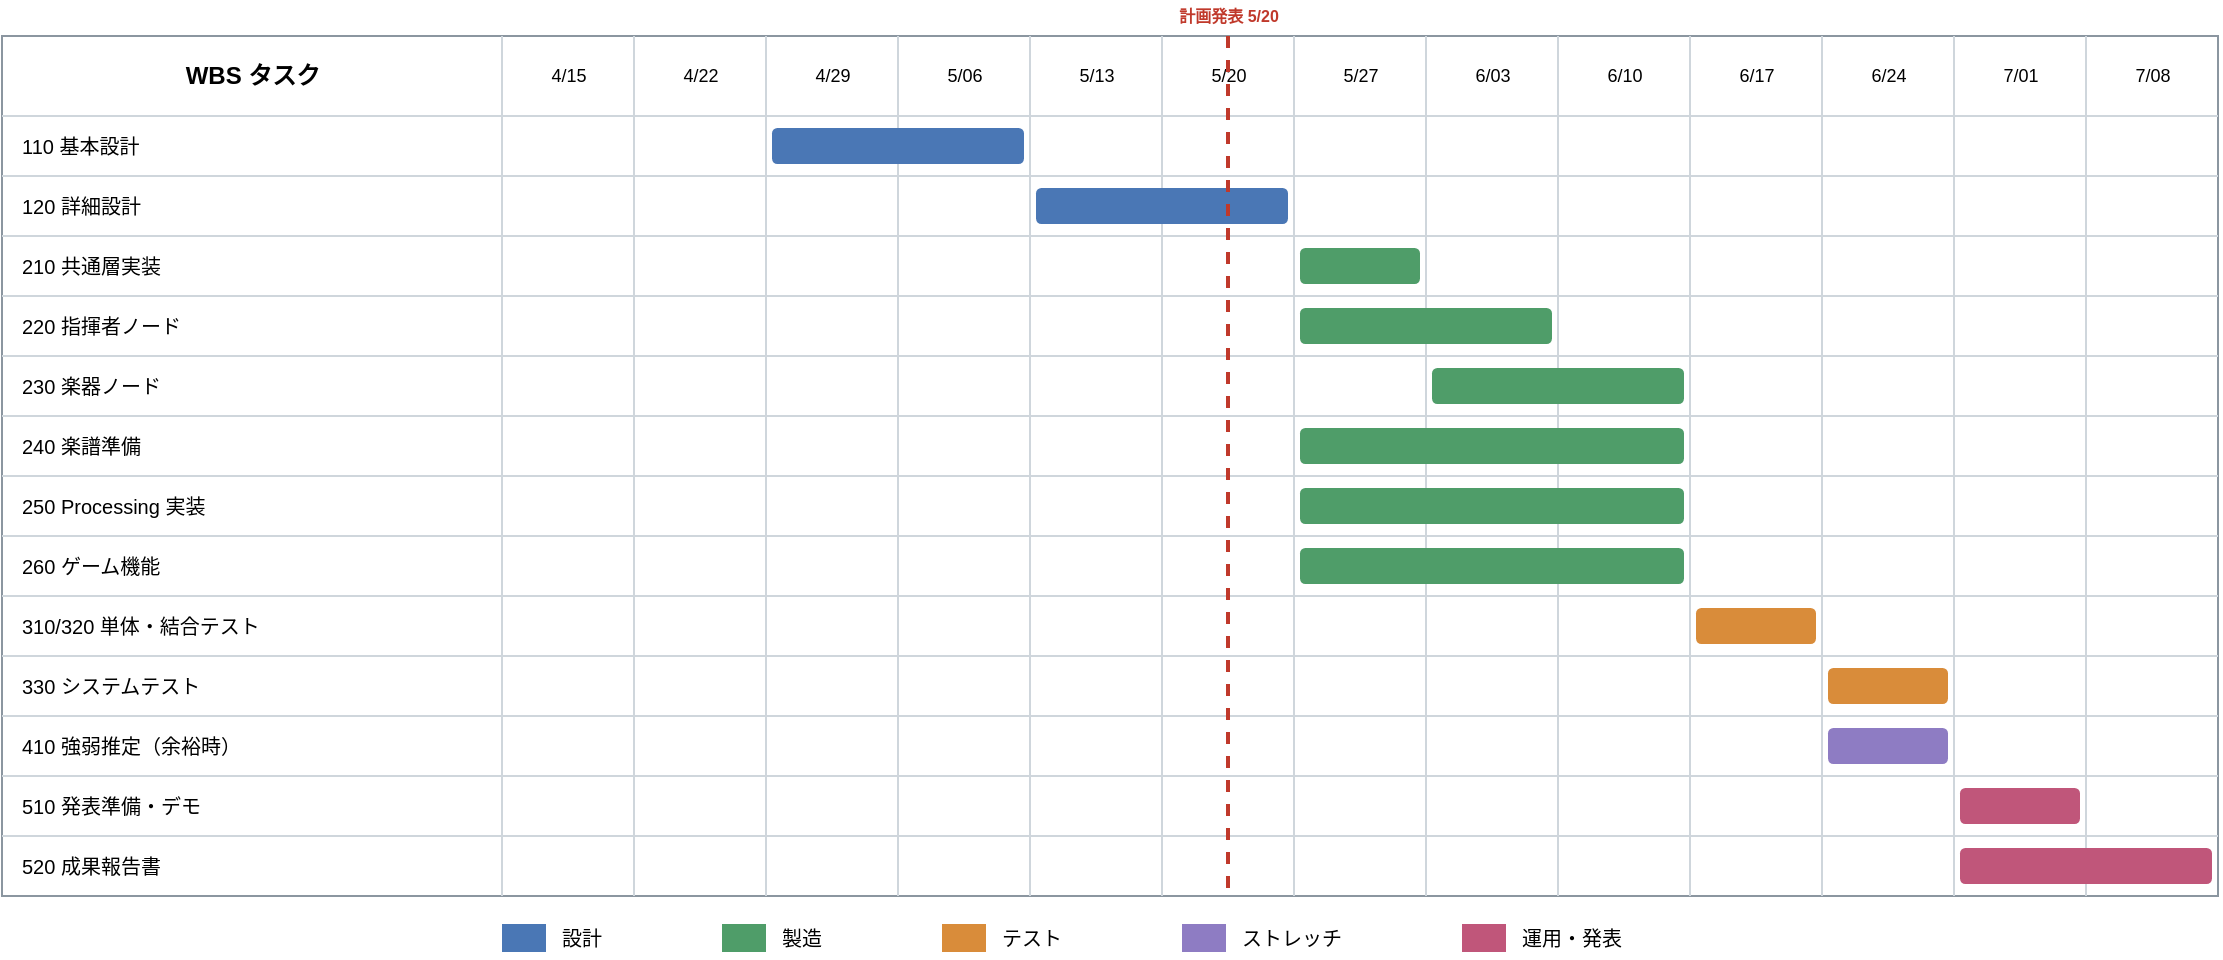
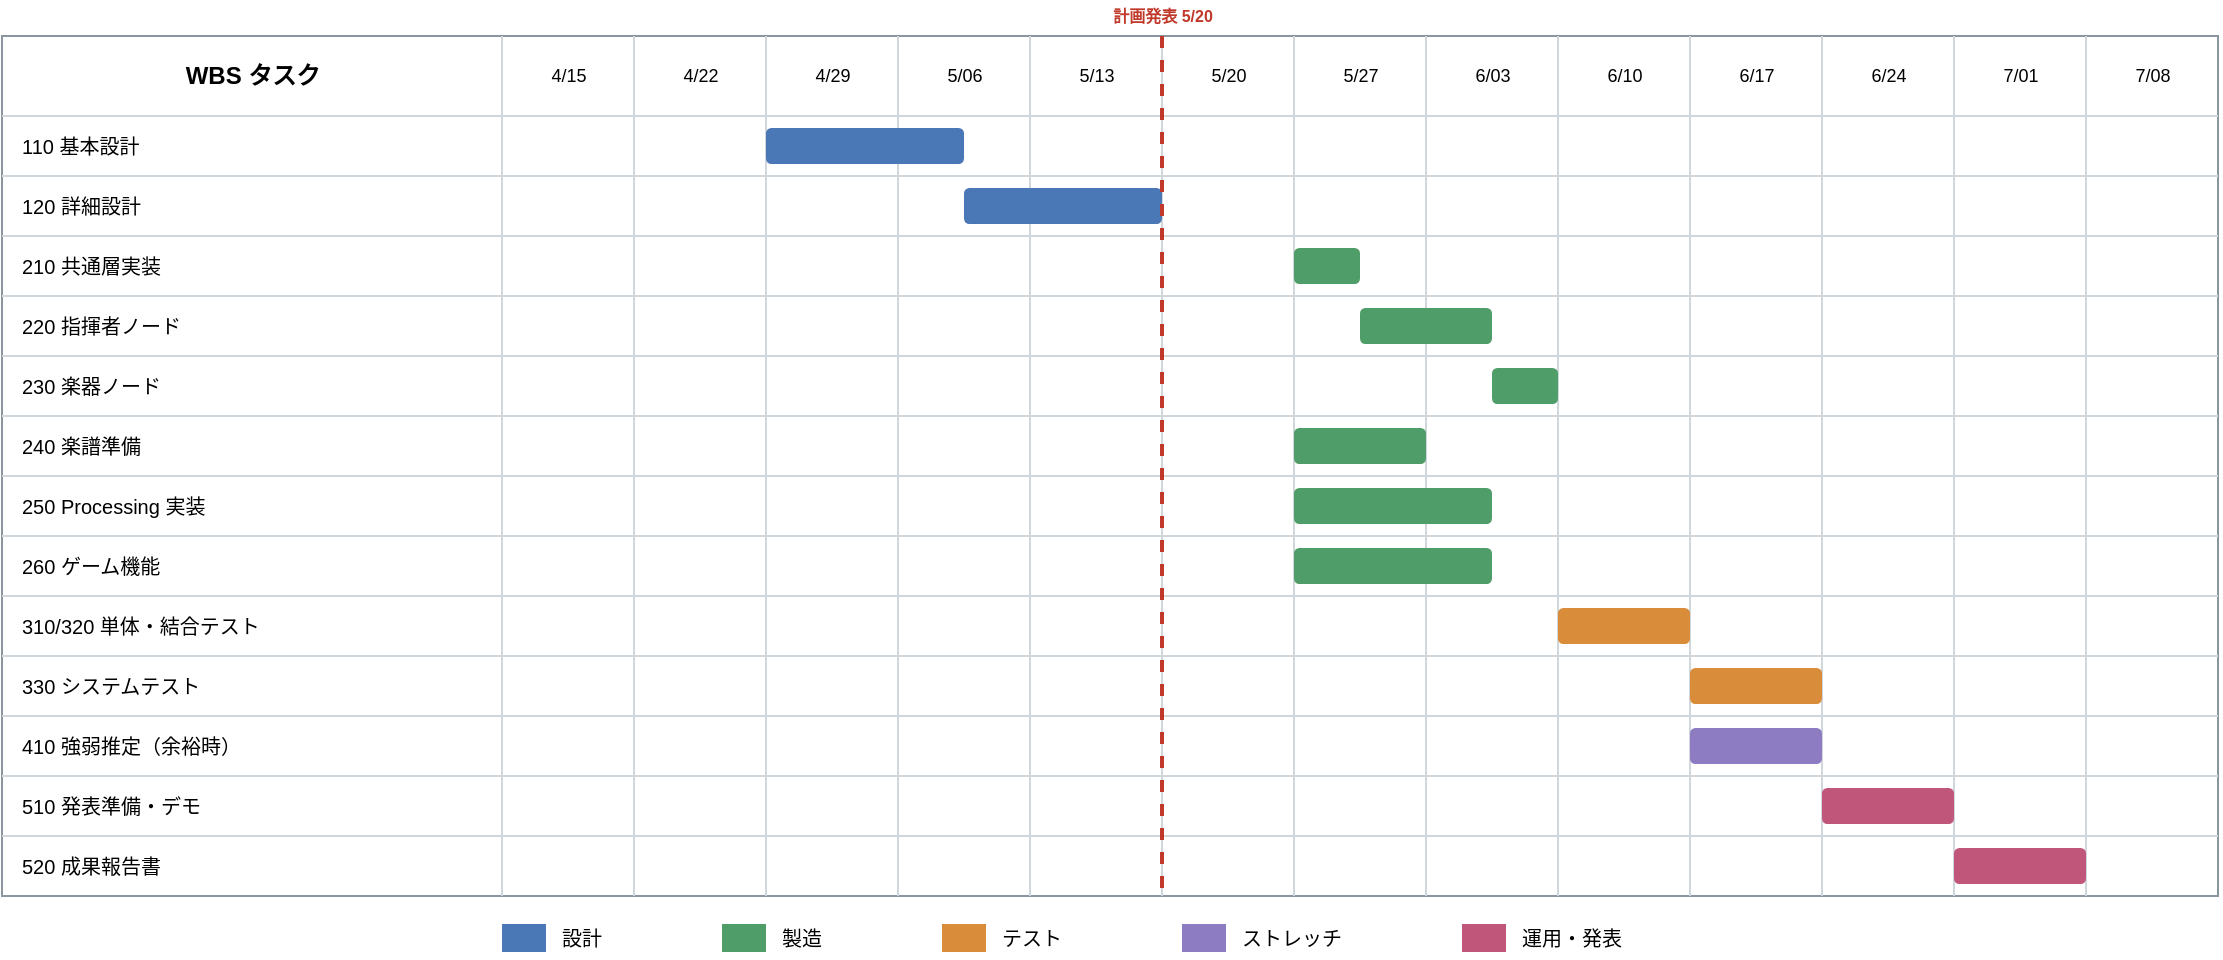
<mxfile host="Claude">
  <diagram id="gantt" name="Gantt">
    <mxGraphModel dx="1160" dy="500" grid="0" gridSize="10" guides="1" tooltips="1" connect="1" arrows="1" fold="1" page="1" pageScale="1" pageWidth="1160" pageHeight="500" math="0" shadow="0">
      <root>
        <mxCell id="0"/>
        <mxCell id="1" parent="0"/>
        <mxCell id="frame" value="" style="rounded=0;whiteSpace=wrap;html=1;fillColor=none;strokeColor=#8B96A0;" vertex="1" parent="1"><mxGeometry x="20" y="20" width="1108" height="430" as="geometry"/></mxCell>
        <mxCell id="vl0" style="endArrow=none;html=1;strokeColor=#CFD6DC;" edge="1" parent="1"><mxGeometry relative="1" as="geometry"><mxPoint x="270" y="20" as="sourcePoint"/><mxPoint x="270" y="450" as="targetPoint"/></mxGeometry></mxCell>
        <mxCell id="vl1" style="endArrow=none;html=1;strokeColor=#CFD6DC;" edge="1" parent="1"><mxGeometry relative="1" as="geometry"><mxPoint x="336" y="20" as="sourcePoint"/><mxPoint x="336" y="450" as="targetPoint"/></mxGeometry></mxCell>
        <mxCell id="vl2" style="endArrow=none;html=1;strokeColor=#CFD6DC;" edge="1" parent="1"><mxGeometry relative="1" as="geometry"><mxPoint x="402" y="20" as="sourcePoint"/><mxPoint x="402" y="450" as="targetPoint"/></mxGeometry></mxCell>
        <mxCell id="vl3" style="endArrow=none;html=1;strokeColor=#CFD6DC;" edge="1" parent="1"><mxGeometry relative="1" as="geometry"><mxPoint x="468" y="20" as="sourcePoint"/><mxPoint x="468" y="450" as="targetPoint"/></mxGeometry></mxCell>
        <mxCell id="vl4" style="endArrow=none;html=1;strokeColor=#CFD6DC;" edge="1" parent="1"><mxGeometry relative="1" as="geometry"><mxPoint x="534" y="20" as="sourcePoint"/><mxPoint x="534" y="450" as="targetPoint"/></mxGeometry></mxCell>
        <mxCell id="vl5" style="endArrow=none;html=1;strokeColor=#CFD6DC;" edge="1" parent="1"><mxGeometry relative="1" as="geometry"><mxPoint x="600" y="20" as="sourcePoint"/><mxPoint x="600" y="450" as="targetPoint"/></mxGeometry></mxCell>
        <mxCell id="vl6" style="endArrow=none;html=1;strokeColor=#CFD6DC;" edge="1" parent="1"><mxGeometry relative="1" as="geometry"><mxPoint x="666" y="20" as="sourcePoint"/><mxPoint x="666" y="450" as="targetPoint"/></mxGeometry></mxCell>
        <mxCell id="vl7" style="endArrow=none;html=1;strokeColor=#CFD6DC;" edge="1" parent="1"><mxGeometry relative="1" as="geometry"><mxPoint x="732" y="20" as="sourcePoint"/><mxPoint x="732" y="450" as="targetPoint"/></mxGeometry></mxCell>
        <mxCell id="vl8" style="endArrow=none;html=1;strokeColor=#CFD6DC;" edge="1" parent="1"><mxGeometry relative="1" as="geometry"><mxPoint x="798" y="20" as="sourcePoint"/><mxPoint x="798" y="450" as="targetPoint"/></mxGeometry></mxCell>
        <mxCell id="vl9" style="endArrow=none;html=1;strokeColor=#CFD6DC;" edge="1" parent="1"><mxGeometry relative="1" as="geometry"><mxPoint x="864" y="20" as="sourcePoint"/><mxPoint x="864" y="450" as="targetPoint"/></mxGeometry></mxCell>
        <mxCell id="vl10" style="endArrow=none;html=1;strokeColor=#CFD6DC;" edge="1" parent="1"><mxGeometry relative="1" as="geometry"><mxPoint x="930" y="20" as="sourcePoint"/><mxPoint x="930" y="450" as="targetPoint"/></mxGeometry></mxCell>
        <mxCell id="vl11" style="endArrow=none;html=1;strokeColor=#CFD6DC;" edge="1" parent="1"><mxGeometry relative="1" as="geometry"><mxPoint x="996" y="20" as="sourcePoint"/><mxPoint x="996" y="450" as="targetPoint"/></mxGeometry></mxCell>
        <mxCell id="vl12" style="endArrow=none;html=1;strokeColor=#CFD6DC;" edge="1" parent="1"><mxGeometry relative="1" as="geometry"><mxPoint x="1062" y="20" as="sourcePoint"/><mxPoint x="1062" y="450" as="targetPoint"/></mxGeometry></mxCell>
        <mxCell id="hl0" style="endArrow=none;html=1;strokeColor=#CFD6DC;" edge="1" parent="1"><mxGeometry relative="1" as="geometry"><mxPoint x="20" y="60" as="sourcePoint"/><mxPoint x="1128" y="60" as="targetPoint"/></mxGeometry></mxCell>
        <mxCell id="hl1" style="endArrow=none;html=1;strokeColor=#CFD6DC;" edge="1" parent="1"><mxGeometry relative="1" as="geometry"><mxPoint x="20" y="90" as="sourcePoint"/><mxPoint x="1128" y="90" as="targetPoint"/></mxGeometry></mxCell>
        <mxCell id="hl2" style="endArrow=none;html=1;strokeColor=#CFD6DC;" edge="1" parent="1"><mxGeometry relative="1" as="geometry"><mxPoint x="20" y="120" as="sourcePoint"/><mxPoint x="1128" y="120" as="targetPoint"/></mxGeometry></mxCell>
        <mxCell id="hl3" style="endArrow=none;html=1;strokeColor=#CFD6DC;" edge="1" parent="1"><mxGeometry relative="1" as="geometry"><mxPoint x="20" y="150" as="sourcePoint"/><mxPoint x="1128" y="150" as="targetPoint"/></mxGeometry></mxCell>
        <mxCell id="hl4" style="endArrow=none;html=1;strokeColor=#CFD6DC;" edge="1" parent="1"><mxGeometry relative="1" as="geometry"><mxPoint x="20" y="180" as="sourcePoint"/><mxPoint x="1128" y="180" as="targetPoint"/></mxGeometry></mxCell>
        <mxCell id="hl5" style="endArrow=none;html=1;strokeColor=#CFD6DC;" edge="1" parent="1"><mxGeometry relative="1" as="geometry"><mxPoint x="20" y="210" as="sourcePoint"/><mxPoint x="1128" y="210" as="targetPoint"/></mxGeometry></mxCell>
        <mxCell id="hl6" style="endArrow=none;html=1;strokeColor=#CFD6DC;" edge="1" parent="1"><mxGeometry relative="1" as="geometry"><mxPoint x="20" y="240" as="sourcePoint"/><mxPoint x="1128" y="240" as="targetPoint"/></mxGeometry></mxCell>
        <mxCell id="hl7" style="endArrow=none;html=1;strokeColor=#CFD6DC;" edge="1" parent="1"><mxGeometry relative="1" as="geometry"><mxPoint x="20" y="270" as="sourcePoint"/><mxPoint x="1128" y="270" as="targetPoint"/></mxGeometry></mxCell>
        <mxCell id="hl8" style="endArrow=none;html=1;strokeColor=#CFD6DC;" edge="1" parent="1"><mxGeometry relative="1" as="geometry"><mxPoint x="20" y="300" as="sourcePoint"/><mxPoint x="1128" y="300" as="targetPoint"/></mxGeometry></mxCell>
        <mxCell id="hl9" style="endArrow=none;html=1;strokeColor=#CFD6DC;" edge="1" parent="1"><mxGeometry relative="1" as="geometry"><mxPoint x="20" y="330" as="sourcePoint"/><mxPoint x="1128" y="330" as="targetPoint"/></mxGeometry></mxCell>
        <mxCell id="hl10" style="endArrow=none;html=1;strokeColor=#CFD6DC;" edge="1" parent="1"><mxGeometry relative="1" as="geometry"><mxPoint x="20" y="360" as="sourcePoint"/><mxPoint x="1128" y="360" as="targetPoint"/></mxGeometry></mxCell>
        <mxCell id="hl11" style="endArrow=none;html=1;strokeColor=#CFD6DC;" edge="1" parent="1"><mxGeometry relative="1" as="geometry"><mxPoint x="20" y="390" as="sourcePoint"/><mxPoint x="1128" y="390" as="targetPoint"/></mxGeometry></mxCell>
        <mxCell id="hl12" style="endArrow=none;html=1;strokeColor=#CFD6DC;" edge="1" parent="1"><mxGeometry relative="1" as="geometry"><mxPoint x="20" y="420" as="sourcePoint"/><mxPoint x="1128" y="420" as="targetPoint"/></mxGeometry></mxCell>
        <mxCell id="hdr" value="WBS タスク" style="text;html=1;align=center;verticalAlign=middle;fontSize=12;fontStyle=1;" vertex="1" parent="1"><mxGeometry x="20" y="20" width="250" height="40" as="geometry"/></mxCell>
        <mxCell id="w0" value="4/15" style="text;html=1;align=center;verticalAlign=middle;fontSize=9;" vertex="1" parent="1"><mxGeometry x="270" y="20" width="66" height="40" as="geometry"/></mxCell>
        <mxCell id="w1" value="4/22" style="text;html=1;align=center;verticalAlign=middle;fontSize=9;" vertex="1" parent="1"><mxGeometry x="336" y="20" width="66" height="40" as="geometry"/></mxCell>
        <mxCell id="w2" value="4/29" style="text;html=1;align=center;verticalAlign=middle;fontSize=9;" vertex="1" parent="1"><mxGeometry x="402" y="20" width="66" height="40" as="geometry"/></mxCell>
        <mxCell id="w3" value="5/06" style="text;html=1;align=center;verticalAlign=middle;fontSize=9;" vertex="1" parent="1"><mxGeometry x="468" y="20" width="66" height="40" as="geometry"/></mxCell>
        <mxCell id="w4" value="5/13" style="text;html=1;align=center;verticalAlign=middle;fontSize=9;" vertex="1" parent="1"><mxGeometry x="534" y="20" width="66" height="40" as="geometry"/></mxCell>
        <mxCell id="w5" value="5/20" style="text;html=1;align=center;verticalAlign=middle;fontSize=9;" vertex="1" parent="1"><mxGeometry x="600" y="20" width="66" height="40" as="geometry"/></mxCell>
        <mxCell id="w6" value="5/27" style="text;html=1;align=center;verticalAlign=middle;fontSize=9;" vertex="1" parent="1"><mxGeometry x="666" y="20" width="66" height="40" as="geometry"/></mxCell>
        <mxCell id="w7" value="6/03" style="text;html=1;align=center;verticalAlign=middle;fontSize=9;" vertex="1" parent="1"><mxGeometry x="732" y="20" width="66" height="40" as="geometry"/></mxCell>
        <mxCell id="w8" value="6/10" style="text;html=1;align=center;verticalAlign=middle;fontSize=9;" vertex="1" parent="1"><mxGeometry x="798" y="20" width="66" height="40" as="geometry"/></mxCell>
        <mxCell id="w9" value="6/17" style="text;html=1;align=center;verticalAlign=middle;fontSize=9;" vertex="1" parent="1"><mxGeometry x="864" y="20" width="66" height="40" as="geometry"/></mxCell>
        <mxCell id="w10" value="6/24" style="text;html=1;align=center;verticalAlign=middle;fontSize=9;" vertex="1" parent="1"><mxGeometry x="930" y="20" width="66" height="40" as="geometry"/></mxCell>
        <mxCell id="w11" value="7/01" style="text;html=1;align=center;verticalAlign=middle;fontSize=9;" vertex="1" parent="1"><mxGeometry x="996" y="20" width="66" height="40" as="geometry"/></mxCell>
        <mxCell id="w12" value="7/08" style="text;html=1;align=center;verticalAlign=middle;fontSize=9;" vertex="1" parent="1"><mxGeometry x="1062" y="20" width="66" height="40" as="geometry"/></mxCell>
        <mxCell id="rl0" value="110 基本設計" style="text;html=1;align=left;verticalAlign=middle;fontSize=10;spacingLeft=8;" vertex="1" parent="1"><mxGeometry x="20" y="60" width="250" height="30" as="geometry"/></mxCell>
        <mxCell id="rl1" value="120 詳細設計" style="text;html=1;align=left;verticalAlign=middle;fontSize=10;spacingLeft=8;" vertex="1" parent="1"><mxGeometry x="20" y="90" width="250" height="30" as="geometry"/></mxCell>
        <mxCell id="rl2" value="210 共通層実装" style="text;html=1;align=left;verticalAlign=middle;fontSize=10;spacingLeft=8;" vertex="1" parent="1"><mxGeometry x="20" y="120" width="250" height="30" as="geometry"/></mxCell>
        <mxCell id="rl3" value="220 指揮者ノード" style="text;html=1;align=left;verticalAlign=middle;fontSize=10;spacingLeft=8;" vertex="1" parent="1"><mxGeometry x="20" y="150" width="250" height="30" as="geometry"/></mxCell>
        <mxCell id="rl4" value="230 楽器ノード" style="text;html=1;align=left;verticalAlign=middle;fontSize=10;spacingLeft=8;" vertex="1" parent="1"><mxGeometry x="20" y="180" width="250" height="30" as="geometry"/></mxCell>
        <mxCell id="rl5" value="240 楽譜準備" style="text;html=1;align=left;verticalAlign=middle;fontSize=10;spacingLeft=8;" vertex="1" parent="1"><mxGeometry x="20" y="210" width="250" height="30" as="geometry"/></mxCell>
        <mxCell id="rl6" value="250 Processing 実装" style="text;html=1;align=left;verticalAlign=middle;fontSize=10;spacingLeft=8;" vertex="1" parent="1"><mxGeometry x="20" y="240" width="250" height="30" as="geometry"/></mxCell>
        <mxCell id="rl7" value="260 ゲーム機能" style="text;html=1;align=left;verticalAlign=middle;fontSize=10;spacingLeft=8;" vertex="1" parent="1"><mxGeometry x="20" y="270" width="250" height="30" as="geometry"/></mxCell>
        <mxCell id="rl8" value="310/320 単体・結合テスト" style="text;html=1;align=left;verticalAlign=middle;fontSize=10;spacingLeft=8;" vertex="1" parent="1"><mxGeometry x="20" y="300" width="250" height="30" as="geometry"/></mxCell>
        <mxCell id="rl9" value="330 システムテスト" style="text;html=1;align=left;verticalAlign=middle;fontSize=10;spacingLeft=8;" vertex="1" parent="1"><mxGeometry x="20" y="330" width="250" height="30" as="geometry"/></mxCell>
        <mxCell id="rl10" value="410 強弱推定（余裕時）" style="text;html=1;align=left;verticalAlign=middle;fontSize=10;spacingLeft=8;" vertex="1" parent="1"><mxGeometry x="20" y="360" width="250" height="30" as="geometry"/></mxCell>
        <mxCell id="rl11" value="510 発表準備・デモ" style="text;html=1;align=left;verticalAlign=middle;fontSize=10;spacingLeft=8;" vertex="1" parent="1"><mxGeometry x="20" y="390" width="250" height="30" as="geometry"/></mxCell>
        <mxCell id="rl12" value="520 成果報告書" style="text;html=1;align=left;verticalAlign=middle;fontSize=10;spacingLeft=8;" vertex="1" parent="1"><mxGeometry x="20" y="420" width="250" height="30" as="geometry"/></mxCell>
-         <mxCell id="b0" value="" style="rounded=1;whiteSpace=wrap;html=1;fillColor=#4A77B5;strokeColor=none;" vertex="1" parent="1"><mxGeometry x="405" y="66" width="126" height="18" as="geometry"/></mxCell>
-         <mxCell id="b1" value="" style="rounded=1;whiteSpace=wrap;html=1;fillColor=#4A77B5;strokeColor=none;" vertex="1" parent="1"><mxGeometry x="537" y="96" width="126" height="18" as="geometry"/></mxCell>
-         <mxCell id="b2" value="" style="rounded=1;whiteSpace=wrap;html=1;fillColor=#4F9D69;strokeColor=none;" vertex="1" parent="1"><mxGeometry x="669" y="126" width="60" height="18" as="geometry"/></mxCell>
-         <mxCell id="b3" value="" style="rounded=1;whiteSpace=wrap;html=1;fillColor=#4F9D69;strokeColor=none;" vertex="1" parent="1"><mxGeometry x="669" y="156" width="126" height="18" as="geometry"/></mxCell>
-         <mxCell id="b4" value="" style="rounded=1;whiteSpace=wrap;html=1;fillColor=#4F9D69;strokeColor=none;" vertex="1" parent="1"><mxGeometry x="735" y="186" width="126" height="18" as="geometry"/></mxCell>
-         <mxCell id="b5" value="" style="rounded=1;whiteSpace=wrap;html=1;fillColor=#4F9D69;strokeColor=none;" vertex="1" parent="1"><mxGeometry x="669" y="216" width="192" height="18" as="geometry"/></mxCell>
-         <mxCell id="b6" value="" style="rounded=1;whiteSpace=wrap;html=1;fillColor=#4F9D69;strokeColor=none;" vertex="1" parent="1"><mxGeometry x="669" y="246" width="192" height="18" as="geometry"/></mxCell>
-         <mxCell id="b7" value="" style="rounded=1;whiteSpace=wrap;html=1;fillColor=#4F9D69;strokeColor=none;" vertex="1" parent="1"><mxGeometry x="669" y="276" width="192" height="18" as="geometry"/></mxCell>
-         <mxCell id="b8" value="" style="rounded=1;whiteSpace=wrap;html=1;fillColor=#D98C3A;strokeColor=none;" vertex="1" parent="1"><mxGeometry x="867" y="306" width="60" height="18" as="geometry"/></mxCell>
-         <mxCell id="b9" value="" style="rounded=1;whiteSpace=wrap;html=1;fillColor=#D98C3A;strokeColor=none;" vertex="1" parent="1"><mxGeometry x="933" y="336" width="60" height="18" as="geometry"/></mxCell>
-         <mxCell id="b10" value="" style="rounded=1;whiteSpace=wrap;html=1;fillColor=#8E7CC3;strokeColor=none;" vertex="1" parent="1"><mxGeometry x="933" y="366" width="60" height="18" as="geometry"/></mxCell>
-         <mxCell id="b11" value="" style="rounded=1;whiteSpace=wrap;html=1;fillColor=#C0567A;strokeColor=none;" vertex="1" parent="1"><mxGeometry x="999" y="396" width="60" height="18" as="geometry"/></mxCell>
-         <mxCell id="b12" value="" style="rounded=1;whiteSpace=wrap;html=1;fillColor=#C0567A;strokeColor=none;" vertex="1" parent="1"><mxGeometry x="999" y="426" width="126" height="18" as="geometry"/></mxCell>
-         <mxCell id="nowln" style="endArrow=none;html=1;strokeColor=#C0392B;dashed=1;strokeWidth=2;" edge="1" parent="1"><mxGeometry relative="1" as="geometry"><mxPoint x="633" y="20" as="sourcePoint"/><mxPoint x="633" y="450" as="targetPoint"/></mxGeometry></mxCell>
-         <mxCell id="nowtx" value="計画発表 5/20" style="text;html=1;align=center;verticalAlign=middle;fontSize=8;fontColor=#C0392B;fontStyle=1;" vertex="1" parent="1"><mxGeometry x="573" y="2" width="120" height="16" as="geometry"/></mxCell>
+         <mxCell id="b0" value="" style="rounded=1;whiteSpace=wrap;html=1;fillColor=#4A77B5;strokeColor=none;" vertex="1" parent="1"><mxGeometry x="402" y="66" width="99" height="18" as="geometry"/></mxCell>
+         <mxCell id="b1" value="" style="rounded=1;whiteSpace=wrap;html=1;fillColor=#4A77B5;strokeColor=none;" vertex="1" parent="1"><mxGeometry x="501" y="96" width="99" height="18" as="geometry"/></mxCell>
+         <mxCell id="b2" value="" style="rounded=1;whiteSpace=wrap;html=1;fillColor=#4F9D69;strokeColor=none;" vertex="1" parent="1"><mxGeometry x="666" y="126" width="33" height="18" as="geometry"/></mxCell>
+         <mxCell id="b3" value="" style="rounded=1;whiteSpace=wrap;html=1;fillColor=#4F9D69;strokeColor=none;" vertex="1" parent="1"><mxGeometry x="699" y="156" width="66" height="18" as="geometry"/></mxCell>
+         <mxCell id="b4" value="" style="rounded=1;whiteSpace=wrap;html=1;fillColor=#4F9D69;strokeColor=none;" vertex="1" parent="1"><mxGeometry x="765" y="186" width="33" height="18" as="geometry"/></mxCell>
+         <mxCell id="b5" value="" style="rounded=1;whiteSpace=wrap;html=1;fillColor=#4F9D69;strokeColor=none;" vertex="1" parent="1"><mxGeometry x="666" y="216" width="66" height="18" as="geometry"/></mxCell>
+         <mxCell id="b6" value="" style="rounded=1;whiteSpace=wrap;html=1;fillColor=#4F9D69;strokeColor=none;" vertex="1" parent="1"><mxGeometry x="666" y="246" width="99" height="18" as="geometry"/></mxCell>
+         <mxCell id="b7" value="" style="rounded=1;whiteSpace=wrap;html=1;fillColor=#4F9D69;strokeColor=none;" vertex="1" parent="1"><mxGeometry x="666" y="276" width="99" height="18" as="geometry"/></mxCell>
+         <mxCell id="b8" value="" style="rounded=1;whiteSpace=wrap;html=1;fillColor=#D98C3A;strokeColor=none;" vertex="1" parent="1"><mxGeometry x="798" y="306" width="66" height="18" as="geometry"/></mxCell>
+         <mxCell id="b9" value="" style="rounded=1;whiteSpace=wrap;html=1;fillColor=#D98C3A;strokeColor=none;" vertex="1" parent="1"><mxGeometry x="864" y="336" width="66" height="18" as="geometry"/></mxCell>
+         <mxCell id="b10" value="" style="rounded=1;whiteSpace=wrap;html=1;fillColor=#8E7CC3;strokeColor=none;" vertex="1" parent="1"><mxGeometry x="864" y="366" width="66" height="18" as="geometry"/></mxCell>
+         <mxCell id="b11" value="" style="rounded=1;whiteSpace=wrap;html=1;fillColor=#C0567A;strokeColor=none;" vertex="1" parent="1"><mxGeometry x="930" y="396" width="66" height="18" as="geometry"/></mxCell>
+         <mxCell id="b12" value="" style="rounded=1;whiteSpace=wrap;html=1;fillColor=#C0567A;strokeColor=none;" vertex="1" parent="1"><mxGeometry x="996" y="426" width="66" height="18" as="geometry"/></mxCell>
+         <mxCell id="nowln" style="endArrow=none;html=1;strokeColor=#C0392B;dashed=1;strokeWidth=2;" edge="1" parent="1"><mxGeometry relative="1" as="geometry"><mxPoint x="600" y="20" as="sourcePoint"/><mxPoint x="600" y="450" as="targetPoint"/></mxGeometry></mxCell>
+         <mxCell id="nowtx" value="計画発表 5/20" style="text;html=1;align=center;verticalAlign=middle;fontSize=8;fontColor=#C0392B;fontStyle=1;" vertex="1" parent="1"><mxGeometry x="540" y="2" width="120" height="16" as="geometry"/></mxCell>
        <mxCell id="lg0" value="" style="rounded=0;whiteSpace=wrap;html=1;fillColor=#4A77B5;strokeColor=none;" vertex="1" parent="1"><mxGeometry x="270" y="464" width="22" height="14" as="geometry"/></mxCell>
        <mxCell id="lg0t" value="設計" style="text;html=1;align=left;verticalAlign=middle;fontSize=10;" vertex="1" parent="1"><mxGeometry x="298" y="461" width="70" height="20" as="geometry"/></mxCell>
        <mxCell id="lg1" value="" style="rounded=0;whiteSpace=wrap;html=1;fillColor=#4F9D69;strokeColor=none;" vertex="1" parent="1"><mxGeometry x="380" y="464" width="22" height="14" as="geometry"/></mxCell>
        <mxCell id="lg1t" value="製造" style="text;html=1;align=left;verticalAlign=middle;fontSize=10;" vertex="1" parent="1"><mxGeometry x="408" y="461" width="70" height="20" as="geometry"/></mxCell>
        <mxCell id="lg2" value="" style="rounded=0;whiteSpace=wrap;html=1;fillColor=#D98C3A;strokeColor=none;" vertex="1" parent="1"><mxGeometry x="490" y="464" width="22" height="14" as="geometry"/></mxCell>
        <mxCell id="lg2t" value="テスト" style="text;html=1;align=left;verticalAlign=middle;fontSize=10;" vertex="1" parent="1"><mxGeometry x="518" y="461" width="80" height="20" as="geometry"/></mxCell>
        <mxCell id="lg3" value="" style="rounded=0;whiteSpace=wrap;html=1;fillColor=#8E7CC3;strokeColor=none;" vertex="1" parent="1"><mxGeometry x="610" y="464" width="22" height="14" as="geometry"/></mxCell>
        <mxCell id="lg3t" value="ストレッチ" style="text;html=1;align=left;verticalAlign=middle;fontSize=10;" vertex="1" parent="1"><mxGeometry x="638" y="461" width="100" height="20" as="geometry"/></mxCell>
        <mxCell id="lg4" value="" style="rounded=0;whiteSpace=wrap;html=1;fillColor=#C0567A;strokeColor=none;" vertex="1" parent="1"><mxGeometry x="750" y="464" width="22" height="14" as="geometry"/></mxCell>
        <mxCell id="lg4t" value="運用・発表" style="text;html=1;align=left;verticalAlign=middle;fontSize=10;" vertex="1" parent="1"><mxGeometry x="778" y="461" width="110" height="20" as="geometry"/></mxCell>
      </root>
    </mxGraphModel>
  </diagram>
</mxfile>
